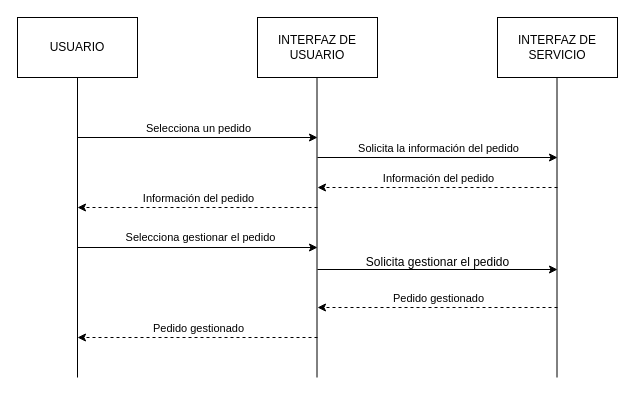
ClaudiaOviedoGovantes/ComercialPostigo keeps this draw.io diagram as diagrams/secuencia/DS-09.drawio. Above is the earlier version. Source tidied: cells renumbered, new cells numbered last; positions are measured from the earlier drawing's top-left corner, leaving out a move shared by most shapes. Both pictures are drawn from the tidied source at 100%, with x=0, y=0 at pixel (17, 17).
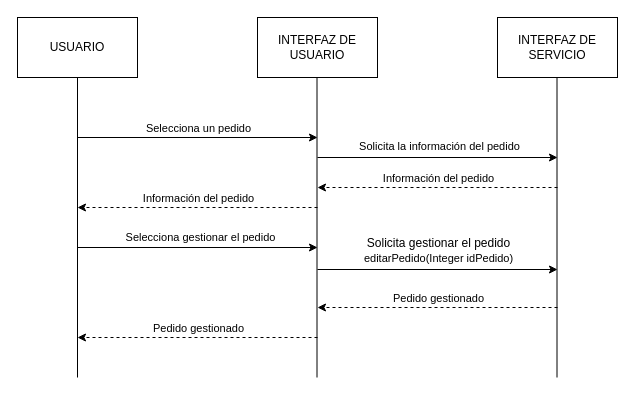
The same diagram, later.

The change refers to these unchanged cells:
```xml
<mxCell id="22" style="endArrow=classic;html=1;rounded=0;" parent="1" edge="1">
  <mxGeometry relative="1" as="geometry">
    <mxPoint x="300" y="140" as="sourcePoint" />
    <mxPoint x="540" y="140" as="targetPoint" />
  </mxGeometry>
</mxCell>
```

Diff of the diagram source:
```diff
@@
-    <mxCell id="15" value="Solicita gestionar el pedido" style="text;html=1;align=center;verticalAlign=middle;strokeColor=none;fillColor=none;" parent="1" vertex="1">
-      <mxGeometry x="335" y="230" width="170" height="30" as="geometry" />
+    <mxCell id="15" value="Solicita gestionar el pedido&lt;div&gt;&lt;span style=&quot;font-size: 11px; background-color: rgb(255, 255, 255);&quot;&gt;editarPedido(Integer idPedido)&lt;/span&gt;&lt;/div&gt;" style="text;html=1;align=center;verticalAlign=middle;strokeColor=none;fillColor=none;" parent="1" vertex="1">
+      <mxGeometry x="337" y="212" width="167" height="41" as="geometry" />
     </mxCell>
@@
     <mxCell id="23" value="Solicita la información del pedido" style="edgeLabel;html=1;align=center;verticalAlign=middle;" parent="22" vertex="1">
       <mxGeometry x="-0.2" y="-4" relative="1" as="geometry">
-        <mxPoint x="24" y="-14" as="offset" />
+        <mxPoint x="25" y="-16" as="offset" />
       </mxGeometry>
     </mxCell>
```
